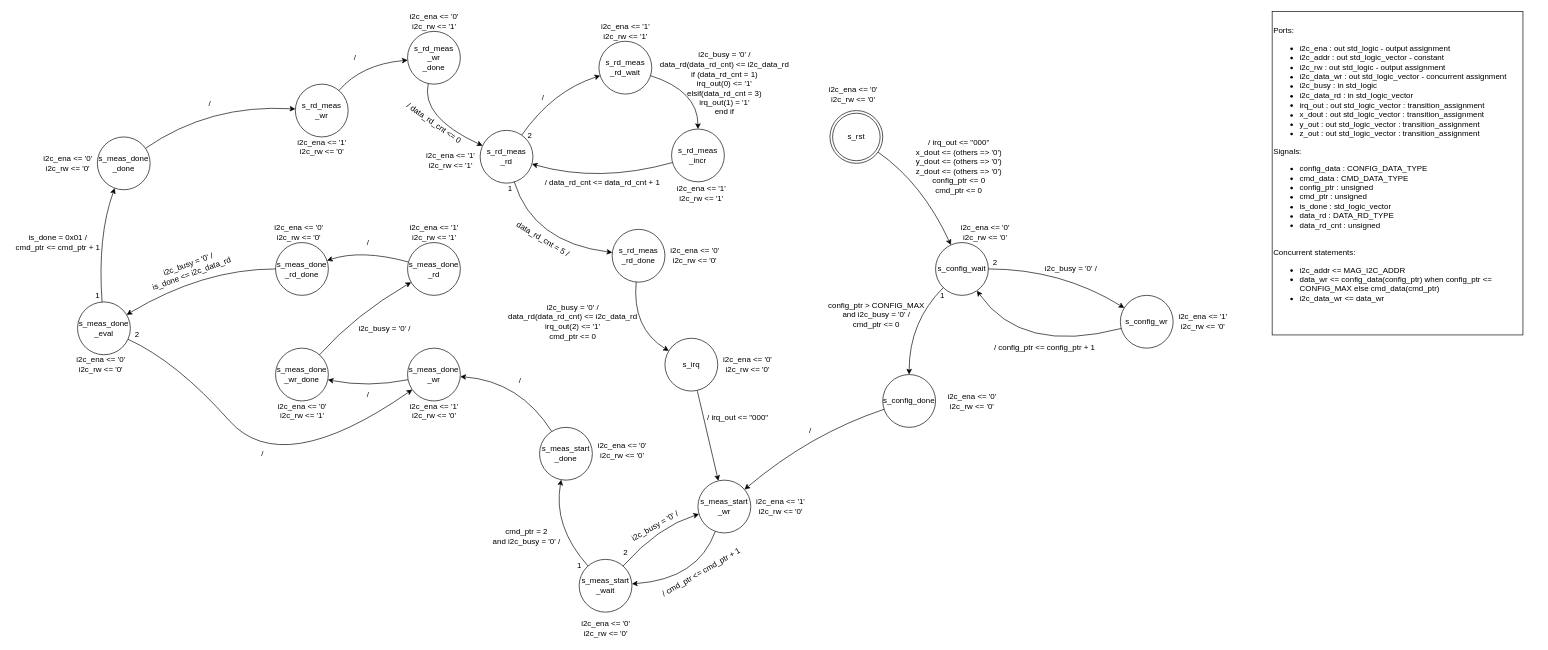
Earlier version of the draw.io diagram .figures/dig_mag_controller_FSM.drawio (frnyb/PL-Mag-Sensor). Source tidied: cells renumbered, new cells numbered last; positions are measured from the earlier drawing's top-left corner, leaving out a move shared by most shapes. Both pictures are drawn from the tidied source at 66%, with x=0, y=0 at pixel (11, 11).
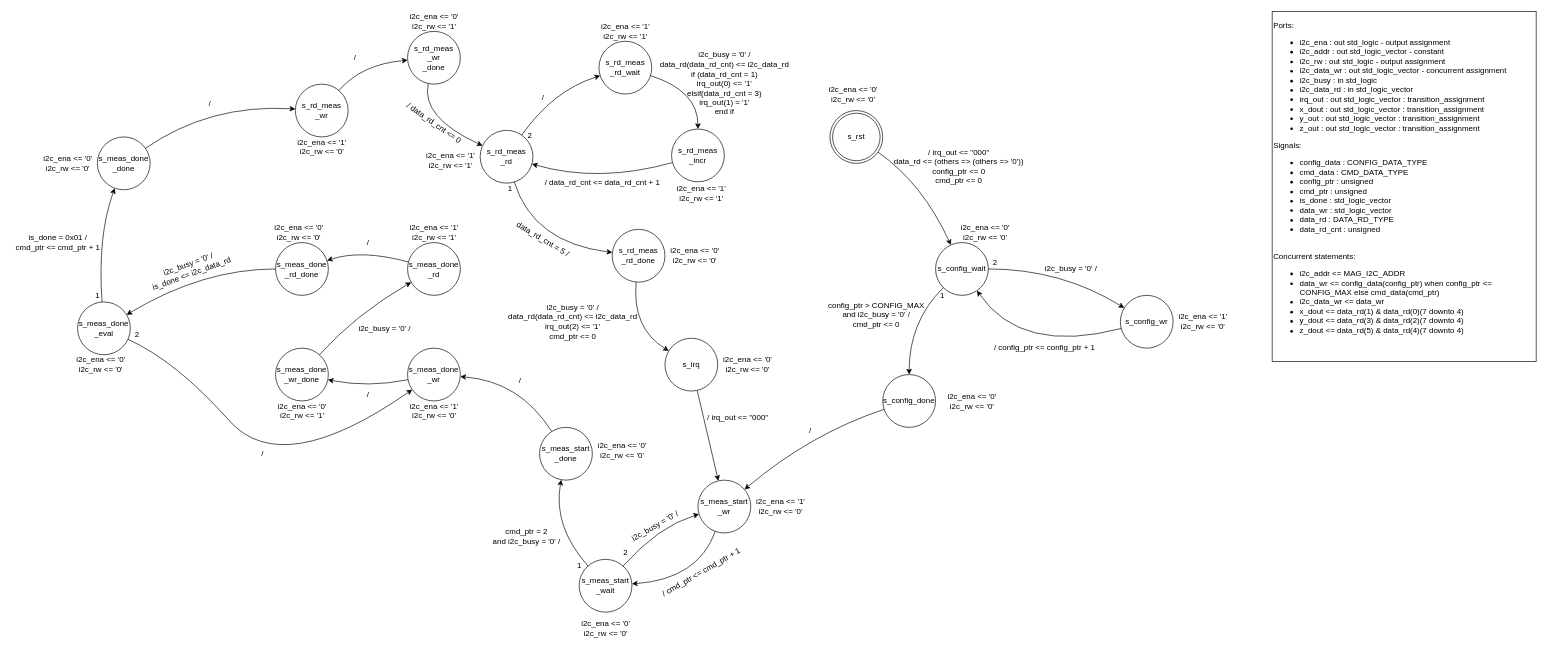
The same page after the edit.

What changed in the source:
```diff
@@
-    <mxCell id="19" value="&lt;div&gt;Ports:&lt;/div&gt;&lt;div&gt;&lt;ul&gt;&lt;li&gt;i2c_ena : out std_logic - output assignment&lt;br&gt;&lt;/li&gt;&lt;li&gt;i2c_addr : out std_logic_vector - constant&lt;br&gt;&lt;/li&gt;&lt;li&gt;i2c_rw : out std_logic - output assignment&lt;br&gt;&lt;/li&gt;&lt;li&gt;i2c_data_wr : out std_logic_vector - concurrent assignment&lt;br&gt;&lt;/li&gt;&lt;li&gt;i2c_busy : in std_logic&lt;/li&gt;&lt;li&gt;i2c_data_rd : in std_logic_vector&lt;/li&gt;&lt;li&gt;irq_out : out std_logic_vector : transition_assignment&lt;br&gt;&lt;/li&gt;&lt;li&gt;x_dout : out std_logic_vector : transition_assignment&lt;br&gt;&lt;/li&gt;&lt;li&gt;y_out : out std_logic_vector : transition_assignment&lt;/li&gt;&lt;li&gt;z_out : out std_logic_vector : transition_assignment&lt;/li&gt;&lt;/ul&gt;&lt;div&gt;Signals:&lt;/div&gt;&lt;div&gt;&lt;ul&gt;&lt;li&gt;config_data : CONFIG_DATA_TYPE&lt;/li&gt;&lt;li&gt;cmd_data : CMD_DATA_TYPE&lt;br&gt;&lt;/li&gt;&lt;li&gt;config_ptr : unsigned&lt;/li&gt;&lt;li&gt;cmd_ptr : unsigned&lt;/li&gt;&lt;li&gt;is_done : std_logic_vector&lt;br&gt;&lt;/li&gt;&lt;li&gt;data_rd : DATA_RD_TYPE&lt;/li&gt;&lt;li&gt;data_rd_cnt : unsigned&lt;br&gt;&lt;/li&gt;&lt;/ul&gt;&lt;/div&gt;&lt;div&gt;&lt;br&gt;&lt;/div&gt;&lt;div&gt;Concurrent statements:&lt;/div&gt;&lt;div&gt;&lt;ul&gt;&lt;li&gt;i2c_addr &amp;lt;= MAG_I2C_ADDR&lt;/li&gt;&lt;li&gt;data_wr &amp;lt;= config_data(config_ptr) when config_ptr &amp;lt;= CONFIG_MAX else cmd_data(cmd_ptr)&lt;/li&gt;&lt;li&gt;i2c_data_wr &amp;lt;= data_wr&lt;br&gt;&lt;/li&gt;&lt;/ul&gt;&lt;/div&gt;&lt;/div&gt;&lt;div align=&quot;left&quot;&gt;&lt;br&gt;&lt;/div&gt;" style="rounded=0;whiteSpace=wrap;html=1;align=left;" parent="1" vertex="1">
-      <mxGeometry x="1910" width="380" height="490" as="geometry" />
+    <mxCell id="19" value="&lt;div&gt;Ports:&lt;/div&gt;&lt;div&gt;&lt;ul&gt;&lt;li&gt;i2c_ena : out std_logic - output assignment&lt;br&gt;&lt;/li&gt;&lt;li&gt;i2c_addr : out std_logic_vector - constant&lt;br&gt;&lt;/li&gt;&lt;li&gt;i2c_rw : out std_logic - output assignment&lt;br&gt;&lt;/li&gt;&lt;li&gt;i2c_data_wr : out std_logic_vector - concurrent assignment&lt;br&gt;&lt;/li&gt;&lt;li&gt;i2c_busy : in std_logic&lt;/li&gt;&lt;li&gt;i2c_data_rd : in std_logic_vector&lt;/li&gt;&lt;li&gt;irq_out : out std_logic_vector : transition_assignment&lt;br&gt;&lt;/li&gt;&lt;li&gt;x_dout : out std_logic_vector : transition_assignment&lt;br&gt;&lt;/li&gt;&lt;li&gt;y_out : out std_logic_vector : transition_assignment&lt;/li&gt;&lt;li&gt;z_out : out std_logic_vector : transition_assignment&lt;/li&gt;&lt;/ul&gt;&lt;div&gt;Signals:&lt;/div&gt;&lt;div&gt;&lt;ul&gt;&lt;li&gt;config_data : CONFIG_DATA_TYPE&lt;/li&gt;&lt;li&gt;cmd_data : CMD_DATA_TYPE&lt;br&gt;&lt;/li&gt;&lt;li&gt;config_ptr : unsigned&lt;/li&gt;&lt;li&gt;cmd_ptr : unsigned&lt;/li&gt;&lt;li&gt;is_done : std_logic_vector&lt;/li&gt;&lt;li&gt;data_wr : std_logic_vector&lt;br&gt;&lt;/li&gt;&lt;li&gt;data_rd : DATA_RD_TYPE&lt;/li&gt;&lt;li&gt;data_rd_cnt : unsigned&lt;/li&gt;&lt;/ul&gt;&lt;/div&gt;&lt;div&gt;&lt;br&gt;&lt;/div&gt;&lt;div&gt;Concurrent statements:&lt;/div&gt;&lt;div&gt;&lt;ul&gt;&lt;li&gt;i2c_addr &amp;lt;= MAG_I2C_ADDR&lt;/li&gt;&lt;li&gt;data_wr &amp;lt;= config_data(config_ptr) when config_ptr &amp;lt;= CONFIG_MAX else cmd_data(cmd_ptr)&lt;/li&gt;&lt;li&gt;i2c_data_wr &amp;lt;= data_wr&lt;/li&gt;&lt;li&gt;x_dout &amp;lt;= data_rd(1) &amp;amp; data_rd(0)(7 downto 4)&lt;/li&gt;&lt;li&gt;y_dout &amp;lt;= data_rd(3) &amp;amp; data_rd(2)(7 downto 4)&lt;/li&gt;&lt;li&gt;z_dout &amp;lt;= data_rd(5) &amp;amp; data_rd(4)(7 downto 4)&lt;/li&gt;&lt;/ul&gt;&lt;/div&gt;&lt;/div&gt;&lt;div align=&quot;left&quot;&gt;&lt;br&gt;&lt;/div&gt;" style="rounded=0;whiteSpace=wrap;html=1;align=left;" parent="1" vertex="1">
+      <mxGeometry x="1910" width="400" height="530" as="geometry" />
     </mxCell>
@@
-    <mxCell id="21" value="/ irq_out &amp;lt;= &quot;000&quot;&lt;br&gt;&lt;div&gt;x_dout &amp;lt;= (others =&amp;gt; '0')&lt;/div&gt;&lt;div&gt;y_dout &amp;lt;= (others =&amp;gt; '0')&lt;/div&gt;&lt;div&gt;z_dout &amp;lt;= (others =&amp;gt; '0')&lt;/div&gt;&lt;div&gt;config_ptr &amp;lt;= 0&lt;/div&gt;&lt;div&gt;cmd_ptr &amp;lt;= 0&lt;br&gt;&lt;/div&gt;" style="text;html=1;align=center;verticalAlign=middle;strokeColor=none;fillColor=none;" parent="1" vertex="1">
-      <mxGeometry x="1360" y="190" width="150" height="90" as="geometry" />
+    <mxCell id="21" value="/ irq_out &amp;lt;= &quot;000&quot;&lt;br&gt;data_rd &amp;lt;= (others =&amp;gt; (others =&amp;gt; '0'))&lt;br&gt;&lt;div&gt;config_ptr &amp;lt;= 0&lt;/div&gt;&lt;div&gt;cmd_ptr &amp;lt;= 0&lt;br&gt;&lt;/div&gt;" style="text;html=1;align=center;verticalAlign=middle;strokeColor=none;fillColor=none;" parent="1" vertex="1">
+      <mxGeometry x="1330" y="205" width="210" height="60" as="geometry" />
     </mxCell>
```
